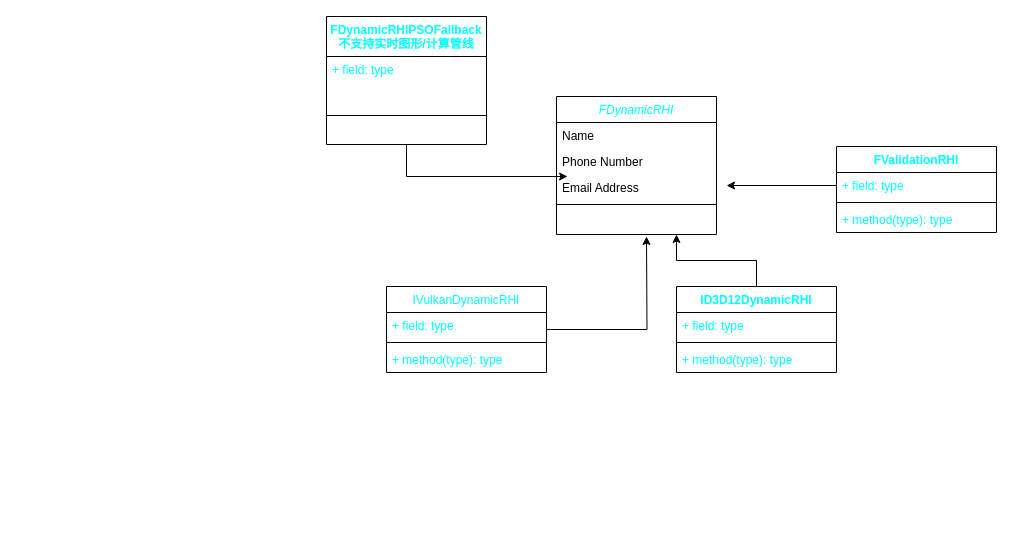
Above: 11/Graphic/RHI.drawio in paridas0813/WebApp (draw.io), before the change. Source tidied: cells renumbered, new cells numbered last; positions are measured from the earlier drawing's top-left corner, leaving out a move shared by most shapes. Both pictures are drawn from the tidied source at 100%, with x=0, y=0 at pixel (326, 16).
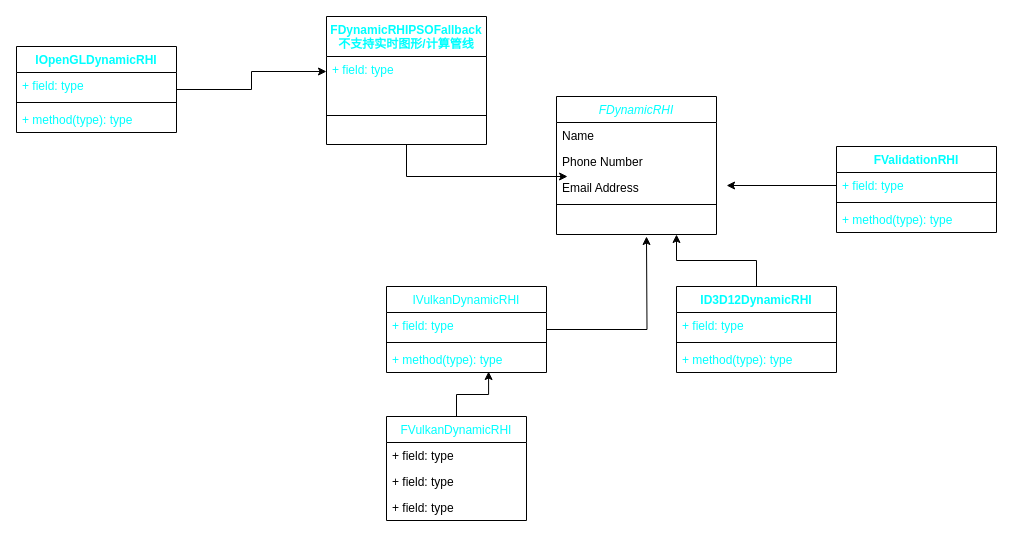
Above is the later version.

Unchanged cells that the change refers to:
```xml
<mxCell id="11" value="+ method(type): type" style="text;strokeColor=none;fillColor=none;align=left;verticalAlign=top;spacingLeft=4;spacingRight=4;overflow=hidden;points=[[0,0.5],[1,0.5]];portConstraint=eastwest;fontColor=#00FFFF;" parent="8" vertex="1">
  <mxGeometry y="60" width="160" height="26" as="geometry" />
</mxCell>
<mxCell id="24" value="+ field: type" style="text;strokeColor=none;fillColor=none;align=left;verticalAlign=top;spacingLeft=4;spacingRight=4;overflow=hidden;points=[[0,0.5],[1,0.5]];portConstraint=eastwest;fontColor=#00FFFF;" parent="23" vertex="1">
  <mxGeometry y="40" width="160" height="30" as="geometry" />
</mxCell>
```

The edit, as a diff of the source:
```diff
@@
+    <mxCell id="26" style="edgeStyle=orthogonalEdgeStyle;rounded=0;jettySize=auto;html=1;entryX=0.638;entryY=0.962;entryDx=0;entryDy=0;entryPerimeter=0;fontColor=#00FFFF;" parent="1" edge="1" source="27" target="11">
+      <mxGeometry relative="1" as="geometry" />
+    </mxCell>
+    <mxCell id="27" value="FVulkanDynamicRHI" style="swimlane;fontStyle=0;horizontal=1;startSize=26;fillColor=none;fontColor=#00FFFF;" parent="1" vertex="1">
+      <mxGeometry x="60" y="400" width="140" height="104" as="geometry" />
+    </mxCell>
+    <mxCell id="28" value="+ field: type" style="text;strokeColor=none;fillColor=none;align=left;verticalAlign=top;spacingLeft=4;spacingRight=4;overflow=hidden;" parent="27" vertex="1">
+      <mxGeometry y="26" width="140" height="26" as="geometry" />
+    </mxCell>
+    <mxCell id="29" value="+ field: type" style="text;strokeColor=none;fillColor=none;align=left;verticalAlign=top;spacingLeft=4;spacingRight=4;overflow=hidden;" parent="27" vertex="1">
+      <mxGeometry y="52" width="140" height="26" as="geometry" />
+    </mxCell>
+    <mxCell id="30" value="+ field: type" style="text;strokeColor=none;fillColor=none;align=left;verticalAlign=top;spacingLeft=4;spacingRight=4;overflow=hidden;" parent="27" vertex="1">
+      <mxGeometry y="78" width="140" height="26" as="geometry" />
+    </mxCell>
+    <mxCell id="31" style="edgeStyle=orthogonalEdgeStyle;rounded=0;jettySize=auto;html=1;fontColor=#00FFFF;entryX=0;entryY=0.5;entryDx=0;entryDy=0;" parent="1" edge="1" source="32" target="24">
+      <mxGeometry relative="1" as="geometry" />
+    </mxCell>
+    <mxCell id="32" value="IOpenGLDynamicRHI" style="swimlane;fontStyle=1;align=center;verticalAlign=top;horizontal=1;startSize=26;fontColor=#00FFFF;" parent="1" vertex="1">
+      <mxGeometry x="-310" y="30" width="160" height="86" as="geometry" />
+    </mxCell>
+    <mxCell id="33" value="+ field: type" style="text;strokeColor=none;fillColor=none;align=left;verticalAlign=top;spacingLeft=4;spacingRight=4;overflow=hidden;fontColor=#00FFFF;" parent="32" vertex="1">
+      <mxGeometry y="26" width="160" height="26" as="geometry" />
+    </mxCell>
+    <mxCell id="34" style="line;strokeWidth=1;fillColor=none;align=left;verticalAlign=middle;spacingTop=-1;spacingLeft=3;spacingRight=3;labelPosition=right;strokeColor=inherit;fontColor=#00FFFF;" parent="32" vertex="1">
+      <mxGeometry y="52" width="160" height="8" as="geometry" />
+    </mxCell>
+    <mxCell id="35" value="+ method(type): type" style="text;strokeColor=none;fillColor=none;align=left;verticalAlign=top;spacingLeft=4;spacingRight=4;overflow=hidden;fontColor=#00FFFF;" parent="32" vertex="1">
+      <mxGeometry y="60" width="160" height="26" as="geometry" />
+    </mxCell>
```
